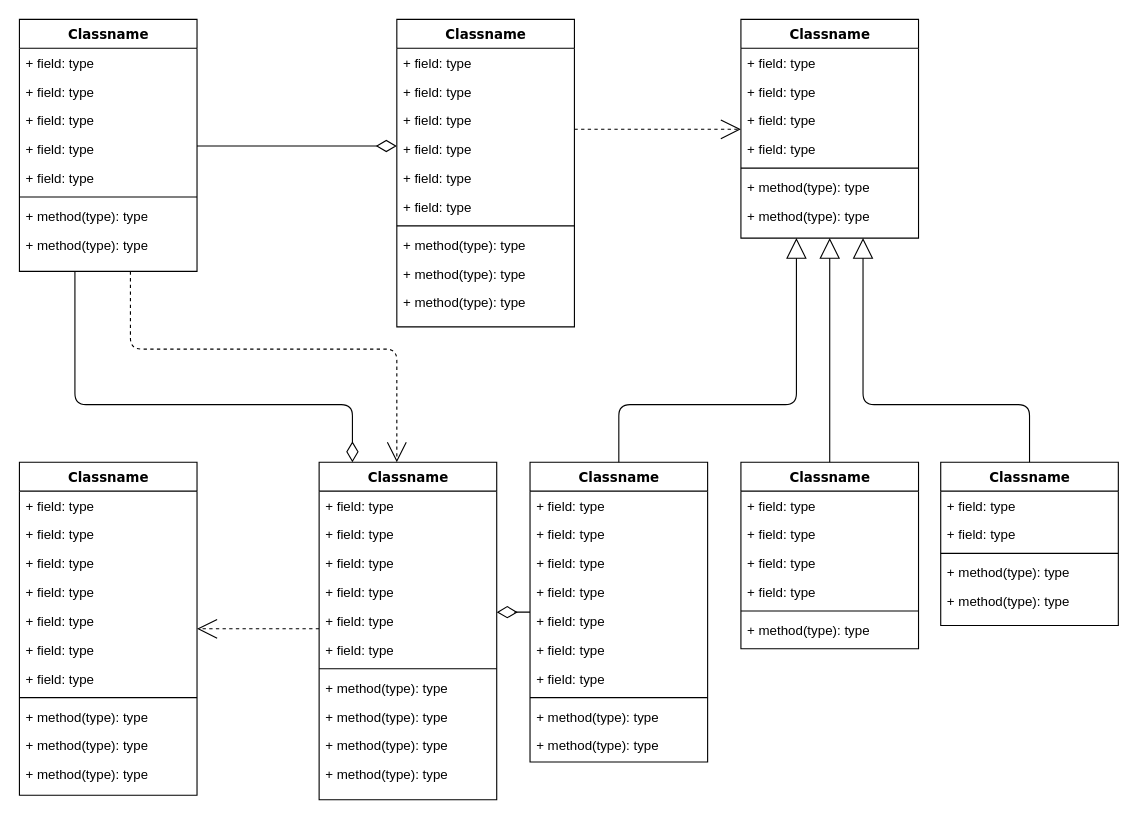
Earlier version of the draw.io diagram Hotel California.drawio (DemskyiDm/Horyzont). Source tidied: cells renumbered, new cells numbered last; positions are measured from the earlier drawing's top-left corner, leaving out a move shared by most shapes. Both pictures are drawn from the tidied source at 111%, with x=0, y=0 at pixel (19, 19).
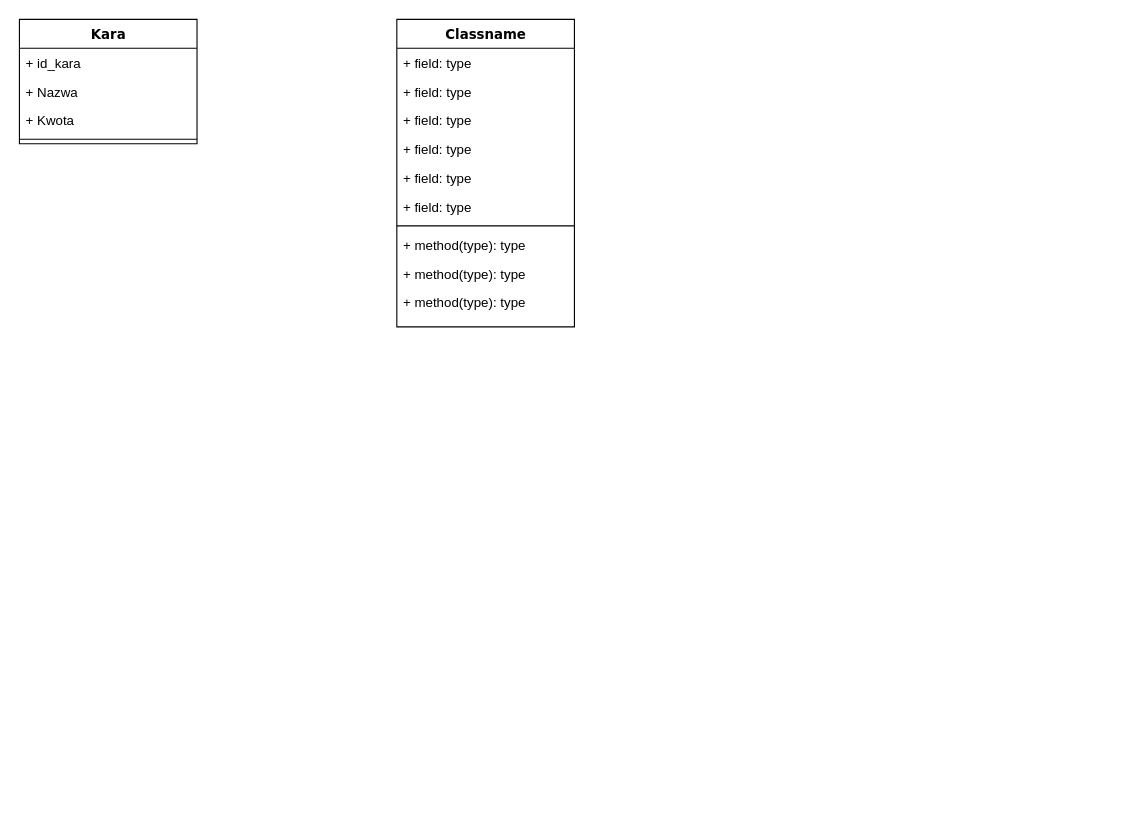
Above is the later version.

The change refers to these unchanged cells:
```xml
<mxCell id="14" value="Classname" style="swimlane;html=1;fontStyle=1;align=center;verticalAlign=top;horizontal=1;startSize=26;swimlaneFillColor=#ffffff;rounded=0;shadow=0;comic=0;labelBackgroundColor=none;strokeWidth=1;fillColor=none;fontFamily=Verdana;fontSize=12;" parent="1" vertex="1">
  <mxGeometry x="340" width="160" height="277" as="geometry" />
</mxCell>
```

What changed in the source:
```diff
@@
-    <mxCell id="2" style="edgeStyle=orthogonalEdgeStyle;html=1;labelBackgroundColor=none;startFill=0;startSize=8;endArrow=open;endFill=0;endSize=16;fontFamily=Verdana;fontSize=12;dashed=1;" parent="1" edge="1" source="4" target="47">
-      <mxGeometry relative="1" as="geometry">
-        <Array as="points">
-          <mxPoint x="100" y="297" />
-          <mxPoint x="340" y="297" />
-        </Array>
-      </mxGeometry>
-    </mxCell>
-    <mxCell id="3" style="edgeStyle=orthogonalEdgeStyle;html=1;labelBackgroundColor=none;startFill=0;startSize=8;endArrow=diamondThin;endFill=0;endSize=16;fontFamily=Verdana;fontSize=12;" parent="1" edge="1" source="4" target="47">
-      <mxGeometry relative="1" as="geometry">
-        <Array as="points">
-          <mxPoint x="50" y="347" />
-          <mxPoint x="300" y="347" />
-        </Array>
-      </mxGeometry>
-    </mxCell>
-    <mxCell id="4" value="Classname" style="swimlane;html=1;fontStyle=1;align=center;verticalAlign=top;horizontal=1;startSize=26;swimlaneFillColor=#ffffff;rounded=0;shadow=0;comic=0;labelBackgroundColor=none;strokeWidth=1;fillColor=none;fontFamily=Verdana;fontSize=12;" parent="1" vertex="1">
-      <mxGeometry width="160" height="227" as="geometry" />
+    <mxCell id="4" value="Kara" style="swimlane;html=1;fontStyle=1;align=center;verticalAlign=top;horizontal=1;startSize=26;swimlaneFillColor=#ffffff;rounded=0;shadow=0;comic=0;labelBackgroundColor=none;strokeWidth=1;fillColor=none;fontFamily=Verdana;fontSize=12;" parent="1" vertex="1">
+      <mxGeometry width="160" height="112" as="geometry" />
     </mxCell>
-    <mxCell id="5" value="+ field: type" style="text;html=1;strokeColor=none;fillColor=none;align=left;verticalAlign=top;spacingLeft=4;spacingRight=4;whiteSpace=wrap;overflow=hidden;" parent="4" vertex="1">
+    <mxCell id="5" value="+ id_kara" style="text;html=1;strokeColor=none;fillColor=none;align=left;verticalAlign=top;spacingLeft=4;spacingRight=4;whiteSpace=wrap;overflow=hidden;" parent="4" vertex="1">
       <mxGeometry y="26" width="160" height="26" as="geometry" />
     </mxCell>
-    <mxCell id="6" value="+ field: type" style="text;html=1;strokeColor=none;fillColor=none;align=left;verticalAlign=top;spacingLeft=4;spacingRight=4;whiteSpace=wrap;overflow=hidden;" parent="4" vertex="1">
+    <mxCell id="6" value="+ Nazwa" style="text;html=1;strokeColor=none;fillColor=none;align=left;verticalAlign=top;spacingLeft=4;spacingRight=4;whiteSpace=wrap;overflow=hidden;" parent="4" vertex="1">
       <mxGeometry y="52" width="160" height="26" as="geometry" />
     </mxCell>
-    <mxCell id="7" value="+ field: type" style="text;html=1;strokeColor=none;fillColor=none;align=left;verticalAlign=top;spacingLeft=4;spacingRight=4;whiteSpace=wrap;overflow=hidden;" parent="4" vertex="1">
+    <mxCell id="7" value="+ Kwota" style="text;html=1;strokeColor=none;fillColor=none;align=left;verticalAlign=top;spacingLeft=4;spacingRight=4;whiteSpace=wrap;overflow=hidden;" parent="4" vertex="1">
       <mxGeometry y="78" width="160" height="26" as="geometry" />
     </mxCell>
-    <mxCell id="8" value="+ field: type" style="text;html=1;strokeColor=none;fillColor=none;align=left;verticalAlign=top;spacingLeft=4;spacingRight=4;whiteSpace=wrap;overflow=hidden;" parent="4" vertex="1">
-      <mxGeometry y="104" width="160" height="26" as="geometry" />
-    </mxCell>
-    <mxCell id="9" value="+ field: type" style="text;html=1;strokeColor=none;fillColor=none;align=left;verticalAlign=top;spacingLeft=4;spacingRight=4;whiteSpace=wrap;overflow=hidden;" parent="4" vertex="1">
-      <mxGeometry y="130" width="160" height="26" as="geometry" />
-    </mxCell>
     <mxCell id="10" style="line;html=1;strokeWidth=1;fillColor=none;align=left;verticalAlign=middle;spacingTop=-1;spacingLeft=3;spacingRight=3;labelPosition=right;" parent="4" vertex="1">
-      <mxGeometry y="156" width="160" height="8" as="geometry" />
+      <mxGeometry y="104" width="160" height="8" as="geometry" />
     </mxCell>
-    <mxCell id="11" value="+ method(type): type" style="text;html=1;strokeColor=none;fillColor=none;align=left;verticalAlign=top;spacingLeft=4;spacingRight=4;whiteSpace=wrap;overflow=hidden;" parent="4" vertex="1">
-      <mxGeometry y="164" width="160" height="26" as="geometry" />
-    </mxCell>
-    <mxCell id="12" value="+ method(type): type" style="text;html=1;strokeColor=none;fillColor=none;align=left;verticalAlign=top;spacingLeft=4;spacingRight=4;whiteSpace=wrap;overflow=hidden;" parent="4" vertex="1">
-      <mxGeometry y="190" width="160" height="26" as="geometry" />
-    </mxCell>
-    <mxCell id="13" style="edgeStyle=elbowEdgeStyle;html=1;labelBackgroundColor=none;startFill=0;startSize=8;endArrow=open;endFill=0;endSize=16;fontFamily=Verdana;fontSize=12;elbow=vertical;dashed=1;" parent="1" edge="1" source="14" target="25">
-      <mxGeometry relative="1" as="geometry" />
-    </mxCell>
@@
-    <mxCell id="25" value="Classname" style="swimlane;html=1;fontStyle=1;align=center;verticalAlign=top;horizontal=1;startSize=26;swimlaneFillColor=#ffffff;rounded=0;shadow=0;comic=0;labelBackgroundColor=none;strokeWidth=1;fillColor=none;fontFamily=Verdana;fontSize=12;" parent="1" vertex="1">
-      <mxGeometry x="650" width="160" height="197" as="geometry" />
-    </mxCell>
-    <mxCell id="26" value="+ field: type" style="text;html=1;strokeColor=none;fillColor=none;align=left;verticalAlign=top;spacingLeft=4;spacingRight=4;whiteSpace=wrap;overflow=hidden;" parent="25" vertex="1">
-      <mxGeometry y="26" width="160" height="26" as="geometry" />
-    </mxCell>
-    <mxCell id="27" value="+ field: type" style="text;html=1;strokeColor=none;fillColor=none;align=left;verticalAlign=top;spacingLeft=4;spacingRight=4;whiteSpace=wrap;overflow=hidden;" parent="25" vertex="1">
-      <mxGeometry y="52" width="160" height="26" as="geometry" />
-    </mxCell>
-    <mxCell id="28" value="+ field: type" style="text;html=1;strokeColor=none;fillColor=none;align=left;verticalAlign=top;spacingLeft=4;spacingRight=4;whiteSpace=wrap;overflow=hidden;" parent="25" vertex="1">
-      <mxGeometry y="78" width="160" height="26" as="geometry" />
-    </mxCell>
-    <mxCell id="29" value="+ field: type" style="text;html=1;strokeColor=none;fillColor=none;align=left;verticalAlign=top;spacingLeft=4;spacingRight=4;whiteSpace=wrap;overflow=hidden;" parent="25" vertex="1">
-      <mxGeometry y="104" width="160" height="26" as="geometry" />
-    </mxCell>
-    <mxCell id="30" style="line;html=1;strokeWidth=1;fillColor=none;align=left;verticalAlign=middle;spacingTop=-1;spacingLeft=3;spacingRight=3;labelPosition=right;" parent="25" vertex="1">
-      <mxGeometry y="130" width="160" height="8" as="geometry" />
-    </mxCell>
-    <mxCell id="31" value="+ method(type): type" style="text;html=1;strokeColor=none;fillColor=none;align=left;verticalAlign=top;spacingLeft=4;spacingRight=4;whiteSpace=wrap;overflow=hidden;" parent="25" vertex="1">
-      <mxGeometry y="138" width="160" height="26" as="geometry" />
-    </mxCell>
-    <mxCell id="32" value="+ method(type): type" style="text;html=1;strokeColor=none;fillColor=none;align=left;verticalAlign=top;spacingLeft=4;spacingRight=4;whiteSpace=wrap;overflow=hidden;" parent="25" vertex="1">
-      <mxGeometry y="164" width="160" height="26" as="geometry" />
-    </mxCell>
-    <mxCell id="33" style="edgeStyle=elbowEdgeStyle;html=1;labelBackgroundColor=none;startFill=0;startSize=8;endArrow=open;endFill=0;endSize=16;fontFamily=Verdana;fontSize=12;elbow=vertical;dashed=1;" parent="1" edge="1" source="47" target="34">
-      <mxGeometry relative="1" as="geometry" />
-    </mxCell>
-    <mxCell id="34" value="Classname" style="swimlane;html=1;fontStyle=1;align=center;verticalAlign=top;horizontal=1;startSize=26;swimlaneFillColor=#ffffff;rounded=0;shadow=0;comic=0;labelBackgroundColor=none;strokeWidth=1;fillColor=none;fontFamily=Verdana;fontSize=12;" parent="1" vertex="1">
-      <mxGeometry y="399" width="160" height="300" as="geometry" />
-    </mxCell>
-    <mxCell id="35" value="+ field: type" style="text;html=1;strokeColor=none;fillColor=none;align=left;verticalAlign=top;spacingLeft=4;spacingRight=4;whiteSpace=wrap;overflow=hidden;" parent="34" vertex="1">
-      <mxGeometry y="26" width="160" height="26" as="geometry" />
-    </mxCell>
-    <mxCell id="36" value="+ field: type" style="text;html=1;strokeColor=none;fillColor=none;align=left;verticalAlign=top;spacingLeft=4;spacingRight=4;whiteSpace=wrap;overflow=hidden;" parent="34" vertex="1">
-      <mxGeometry y="52" width="160" height="26" as="geometry" />
-    </mxCell>
-    <mxCell id="37" value="+ field: type" style="text;html=1;strokeColor=none;fillColor=none;align=left;verticalAlign=top;spacingLeft=4;spacingRight=4;whiteSpace=wrap;overflow=hidden;" parent="34" vertex="1">
-      <mxGeometry y="78" width="160" height="26" as="geometry" />
-    </mxCell>
-    <mxCell id="38" value="+ field: type" style="text;html=1;strokeColor=none;fillColor=none;align=left;verticalAlign=top;spacingLeft=4;spacingRight=4;whiteSpace=wrap;overflow=hidden;" parent="34" vertex="1">
-      <mxGeometry y="104" width="160" height="26" as="geometry" />
-    </mxCell>
-    <mxCell id="39" value="+ field: type" style="text;html=1;strokeColor=none;fillColor=none;align=left;verticalAlign=top;spacingLeft=4;spacingRight=4;whiteSpace=wrap;overflow=hidden;" parent="34" vertex="1">
-      <mxGeometry y="130" width="160" height="26" as="geometry" />
-    </mxCell>
-    <mxCell id="40" value="+ field: type" style="text;html=1;strokeColor=none;fillColor=none;align=left;verticalAlign=top;spacingLeft=4;spacingRight=4;whiteSpace=wrap;overflow=hidden;" parent="34" vertex="1">
-      <mxGeometry y="156" width="160" height="26" as="geometry" />
-    </mxCell>
-    <mxCell id="41" value="+ field: type" style="text;html=1;strokeColor=none;fillColor=none;align=left;verticalAlign=top;spacingLeft=4;spacingRight=4;whiteSpace=wrap;overflow=hidden;" parent="34" vertex="1">
-      <mxGeometry y="182" width="160" height="26" as="geometry" />
-    </mxCell>
-    <mxCell id="42" style="line;html=1;strokeWidth=1;fillColor=none;align=left;verticalAlign=middle;spacingTop=-1;spacingLeft=3;spacingRight=3;labelPosition=right;" parent="34" vertex="1">
-      <mxGeometry y="208" width="160" height="8" as="geometry" />
-    </mxCell>
-    <mxCell id="43" value="+ method(type): type" style="text;html=1;strokeColor=none;fillColor=none;align=left;verticalAlign=top;spacingLeft=4;spacingRight=4;whiteSpace=wrap;overflow=hidden;" parent="34" vertex="1">
-      <mxGeometry y="216" width="160" height="26" as="geometry" />
-    </mxCell>
-    <mxCell id="44" value="+ method(type): type" style="text;html=1;strokeColor=none;fillColor=none;align=left;verticalAlign=top;spacingLeft=4;spacingRight=4;whiteSpace=wrap;overflow=hidden;" parent="34" vertex="1">
-      <mxGeometry y="242" width="160" height="26" as="geometry" />
-    </mxCell>
-    <mxCell id="45" value="+ method(type): type" style="text;html=1;strokeColor=none;fillColor=none;align=left;verticalAlign=top;spacingLeft=4;spacingRight=4;whiteSpace=wrap;overflow=hidden;" parent="34" vertex="1">
-      <mxGeometry y="268" width="160" height="26" as="geometry" />
-    </mxCell>
-    <mxCell id="46" style="edgeStyle=elbowEdgeStyle;html=1;labelBackgroundColor=none;startFill=0;startSize=8;endArrow=diamondThin;endFill=0;endSize=16;fontFamily=Verdana;fontSize=12;elbow=vertical;" parent="1" edge="1" source="60" target="47">
-      <mxGeometry relative="1" as="geometry" />
-    </mxCell>
-    <mxCell id="47" value="Classname" style="swimlane;html=1;fontStyle=1;align=center;verticalAlign=top;horizontal=1;startSize=26;swimlaneFillColor=#ffffff;rounded=0;shadow=0;comic=0;labelBackgroundColor=none;strokeWidth=1;fillColor=none;fontFamily=Verdana;fontSize=12;" parent="1" vertex="1">
-      <mxGeometry x="270" y="399" width="160" height="304" as="geometry" />
-    </mxCell>
-    <mxCell id="48" value="+ field: type" style="text;html=1;strokeColor=none;fillColor=none;align=left;verticalAlign=top;spacingLeft=4;spacingRight=4;whiteSpace=wrap;overflow=hidden;" parent="47" vertex="1">
-      <mxGeometry y="26" width="160" height="26" as="geometry" />
-    </mxCell>
-    <mxCell id="49" value="+ field: type" style="text;html=1;strokeColor=none;fillColor=none;align=left;verticalAlign=top;spacingLeft=4;spacingRight=4;whiteSpace=wrap;overflow=hidden;" parent="47" vertex="1">
-      <mxGeometry y="52" width="160" height="26" as="geometry" />
-    </mxCell>
-    <mxCell id="50" value="+ field: type" style="text;html=1;strokeColor=none;fillColor=none;align=left;verticalAlign=top;spacingLeft=4;spacingRight=4;whiteSpace=wrap;overflow=hidden;" parent="47" vertex="1">
-      <mxGeometry y="78" width="160" height="26" as="geometry" />
-    </mxCell>
-    <mxCell id="51" value="+ field: type" style="text;html=1;strokeColor=none;fillColor=none;align=left;verticalAlign=top;spacingLeft=4;spacingRight=4;whiteSpace=wrap;overflow=hidden;" parent="47" vertex="1">
-      <mxGeometry y="104" width="160" height="26" as="geometry" />
-    </mxCell>
-    <mxCell id="52" value="+ field: type" style="text;html=1;strokeColor=none;fillColor=none;align=left;verticalAlign=top;spacingLeft=4;spacingRight=4;whiteSpace=wrap;overflow=hidden;" parent="47" vertex="1">
-      <mxGeometry y="130" width="160" height="26" as="geometry" />
-    </mxCell>
-    <mxCell id="53" value="+ field: type" style="text;html=1;strokeColor=none;fillColor=none;align=left;verticalAlign=top;spacingLeft=4;spacingRight=4;whiteSpace=wrap;overflow=hidden;" parent="47" vertex="1">
-      <mxGeometry y="156" width="160" height="26" as="geometry" />
-    </mxCell>
-    <mxCell id="54" style="line;html=1;strokeWidth=1;fillColor=none;align=left;verticalAlign=middle;spacingTop=-1;spacingLeft=3;spacingRight=3;labelPosition=right;" parent="47" vertex="1">
-      <mxGeometry y="182" width="160" height="8" as="geometry" />
-    </mxCell>
-    <mxCell id="55" value="+ method(type): type" style="text;html=1;strokeColor=none;fillColor=none;align=left;verticalAlign=top;spacingLeft=4;spacingRight=4;whiteSpace=wrap;overflow=hidden;" parent="47" vertex="1">
-      <mxGeometry y="190" width="160" height="26" as="geometry" />
-    </mxCell>
-    <mxCell id="56" value="+ method(type): type" style="text;html=1;strokeColor=none;fillColor=none;align=left;verticalAlign=top;spacingLeft=4;spacingRight=4;whiteSpace=wrap;overflow=hidden;" parent="47" vertex="1">
-      <mxGeometry y="216" width="160" height="26" as="geometry" />
-    </mxCell>
-    <mxCell id="57" value="+ method(type): type" style="text;html=1;strokeColor=none;fillColor=none;align=left;verticalAlign=top;spacingLeft=4;spacingRight=4;whiteSpace=wrap;overflow=hidden;" parent="47" vertex="1">
-      <mxGeometry y="242" width="160" height="26" as="geometry" />
-    </mxCell>
-    <mxCell id="58" value="+ method(type): type" style="text;html=1;strokeColor=none;fillColor=none;align=left;verticalAlign=top;spacingLeft=4;spacingRight=4;whiteSpace=wrap;overflow=hidden;" parent="47" vertex="1">
-      <mxGeometry y="268" width="160" height="26" as="geometry" />
-    </mxCell>
-    <mxCell id="59" style="edgeStyle=orthogonalEdgeStyle;html=1;labelBackgroundColor=none;startFill=0;startSize=8;endArrow=block;endFill=0;endSize=16;fontFamily=Verdana;fontSize=12;" parent="1" edge="1" source="60" target="25">
-      <mxGeometry relative="1" as="geometry">
-        <Array as="points">
-          <mxPoint x="540" y="347" />
-          <mxPoint x="700" y="347" />
-        </Array>
-      </mxGeometry>
-    </mxCell>
-    <mxCell id="60" value="Classname" style="swimlane;html=1;fontStyle=1;align=center;verticalAlign=top;horizontal=1;startSize=26;swimlaneFillColor=#ffffff;rounded=0;shadow=0;comic=0;labelBackgroundColor=none;strokeWidth=1;fillColor=none;fontFamily=Verdana;fontSize=12;" parent="1" vertex="1">
-      <mxGeometry x="460" y="399" width="160" height="270" as="geometry" />
-    </mxCell>
-    <mxCell id="61" value="+ field: type" style="text;html=1;strokeColor=none;fillColor=none;align=left;verticalAlign=top;spacingLeft=4;spacingRight=4;whiteSpace=wrap;overflow=hidden;" parent="60" vertex="1">
-      <mxGeometry y="26" width="160" height="26" as="geometry" />
-    </mxCell>
-    <mxCell id="62" value="+ field: type" style="text;html=1;strokeColor=none;fillColor=none;align=left;verticalAlign=top;spacingLeft=4;spacingRight=4;whiteSpace=wrap;overflow=hidden;" parent="60" vertex="1">
-      <mxGeometry y="52" width="160" height="26" as="geometry" />
-    </mxCell>
-    <mxCell id="63" value="+ field: type" style="text;html=1;strokeColor=none;fillColor=none;align=left;verticalAlign=top;spacingLeft=4;spacingRight=4;whiteSpace=wrap;overflow=hidden;" parent="60" vertex="1">
-      <mxGeometry y="78" width="160" height="26" as="geometry" />
-    </mxCell>
-    <mxCell id="64" value="+ field: type" style="text;html=1;strokeColor=none;fillColor=none;align=left;verticalAlign=top;spacingLeft=4;spacingRight=4;whiteSpace=wrap;overflow=hidden;" parent="60" vertex="1">
-      <mxGeometry y="104" width="160" height="26" as="geometry" />
-    </mxCell>
-    <mxCell id="65" value="+ field: type" style="text;html=1;strokeColor=none;fillColor=none;align=left;verticalAlign=top;spacingLeft=4;spacingRight=4;whiteSpace=wrap;overflow=hidden;" parent="60" vertex="1">
-      <mxGeometry y="130" width="160" height="26" as="geometry" />
-    </mxCell>
-    <mxCell id="66" value="+ field: type" style="text;html=1;strokeColor=none;fillColor=none;align=left;verticalAlign=top;spacingLeft=4;spacingRight=4;whiteSpace=wrap;overflow=hidden;" parent="60" vertex="1">
-      <mxGeometry y="156" width="160" height="26" as="geometry" />
-    </mxCell>
-    <mxCell id="67" value="+ field: type" style="text;html=1;strokeColor=none;fillColor=none;align=left;verticalAlign=top;spacingLeft=4;spacingRight=4;whiteSpace=wrap;overflow=hidden;" parent="60" vertex="1">
-      <mxGeometry y="182" width="160" height="26" as="geometry" />
-    </mxCell>
-    <mxCell id="68" style="line;html=1;strokeWidth=1;fillColor=none;align=left;verticalAlign=middle;spacingTop=-1;spacingLeft=3;spacingRight=3;labelPosition=right;" parent="60" vertex="1">
-      <mxGeometry y="208" width="160" height="8" as="geometry" />
-    </mxCell>
-    <mxCell id="69" value="+ method(type): type" style="text;html=1;strokeColor=none;fillColor=none;align=left;verticalAlign=top;spacingLeft=4;spacingRight=4;whiteSpace=wrap;overflow=hidden;" parent="60" vertex="1">
-      <mxGeometry y="216" width="160" height="26" as="geometry" />
-    </mxCell>
-    <mxCell id="70" value="+ method(type): type" style="text;html=1;strokeColor=none;fillColor=none;align=left;verticalAlign=top;spacingLeft=4;spacingRight=4;whiteSpace=wrap;overflow=hidden;" parent="60" vertex="1">
-      <mxGeometry y="242" width="160" height="26" as="geometry" />
-    </mxCell>
-    <mxCell id="71" style="edgeStyle=orthogonalEdgeStyle;html=1;labelBackgroundColor=none;startFill=0;startSize=8;endArrow=block;endFill=0;endSize=16;fontFamily=Verdana;fontSize=12;" parent="1" edge="1" source="72" target="25">
-      <mxGeometry relative="1" as="geometry" />
-    </mxCell>
-    <mxCell id="72" value="Classname" style="swimlane;html=1;fontStyle=1;align=center;verticalAlign=top;horizontal=1;startSize=26;swimlaneFillColor=#ffffff;rounded=0;shadow=0;comic=0;labelBackgroundColor=none;strokeWidth=1;fillColor=none;fontFamily=Verdana;fontSize=12;" parent="1" vertex="1">
-      <mxGeometry x="650" y="399" width="160" height="168" as="geometry" />
-    </mxCell>
-    <mxCell id="73" value="+ field: type" style="text;html=1;strokeColor=none;fillColor=none;align=left;verticalAlign=top;spacingLeft=4;spacingRight=4;whiteSpace=wrap;overflow=hidden;" parent="72" vertex="1">
-      <mxGeometry y="26" width="160" height="26" as="geometry" />
-    </mxCell>
-    <mxCell id="74" value="+ field: type" style="text;html=1;strokeColor=none;fillColor=none;align=left;verticalAlign=top;spacingLeft=4;spacingRight=4;whiteSpace=wrap;overflow=hidden;" parent="72" vertex="1">
-      <mxGeometry y="52" width="160" height="26" as="geometry" />
-    </mxCell>
-    <mxCell id="75" value="+ field: type" style="text;html=1;strokeColor=none;fillColor=none;align=left;verticalAlign=top;spacingLeft=4;spacingRight=4;whiteSpace=wrap;overflow=hidden;" parent="72" vertex="1">
-      <mxGeometry y="78" width="160" height="26" as="geometry" />
-    </mxCell>
-    <mxCell id="76" value="+ field: type" style="text;html=1;strokeColor=none;fillColor=none;align=left;verticalAlign=top;spacingLeft=4;spacingRight=4;whiteSpace=wrap;overflow=hidden;" parent="72" vertex="1">
-      <mxGeometry y="104" width="160" height="26" as="geometry" />
-    </mxCell>
-    <mxCell id="77" style="line;html=1;strokeWidth=1;fillColor=none;align=left;verticalAlign=middle;spacingTop=-1;spacingLeft=3;spacingRight=3;labelPosition=right;" parent="72" vertex="1">
-      <mxGeometry y="130" width="160" height="8" as="geometry" />
-    </mxCell>
-    <mxCell id="78" value="+ method(type): type" style="text;html=1;strokeColor=none;fillColor=none;align=left;verticalAlign=top;spacingLeft=4;spacingRight=4;whiteSpace=wrap;overflow=hidden;" parent="72" vertex="1">
-      <mxGeometry y="138" width="160" height="26" as="geometry" />
-    </mxCell>
-    <mxCell id="79" style="edgeStyle=orthogonalEdgeStyle;html=1;labelBackgroundColor=none;startFill=0;startSize=8;endArrow=block;endFill=0;endSize=16;fontFamily=Verdana;fontSize=12;" parent="1" edge="1" source="80" target="25">
-      <mxGeometry relative="1" as="geometry">
-        <Array as="points">
-          <mxPoint x="910" y="347" />
-          <mxPoint x="760" y="347" />
-        </Array>
-      </mxGeometry>
-    </mxCell>
-    <mxCell id="80" value="Classname" style="swimlane;html=1;fontStyle=1;align=center;verticalAlign=top;horizontal=1;startSize=26;swimlaneFillColor=#ffffff;rounded=0;shadow=0;comic=0;labelBackgroundColor=none;strokeWidth=1;fillColor=none;fontFamily=Verdana;fontSize=12;" parent="1" vertex="1">
-      <mxGeometry x="830" y="399" width="160" height="147" as="geometry" />
-    </mxCell>
-    <mxCell id="81" value="+ field: type" style="text;html=1;strokeColor=none;fillColor=none;align=left;verticalAlign=top;spacingLeft=4;spacingRight=4;whiteSpace=wrap;overflow=hidden;" parent="80" vertex="1">
-      <mxGeometry y="26" width="160" height="26" as="geometry" />
-    </mxCell>
-    <mxCell id="82" value="+ field: type" style="text;html=1;strokeColor=none;fillColor=none;align=left;verticalAlign=top;spacingLeft=4;spacingRight=4;whiteSpace=wrap;overflow=hidden;" parent="80" vertex="1">
-      <mxGeometry y="52" width="160" height="26" as="geometry" />
-    </mxCell>
-    <mxCell id="83" style="line;html=1;strokeWidth=1;fillColor=none;align=left;verticalAlign=middle;spacingTop=-1;spacingLeft=3;spacingRight=3;labelPosition=right;" parent="80" vertex="1">
-      <mxGeometry y="78" width="160" height="8" as="geometry" />
-    </mxCell>
-    <mxCell id="84" value="+ method(type): type" style="text;html=1;strokeColor=none;fillColor=none;align=left;verticalAlign=top;spacingLeft=4;spacingRight=4;whiteSpace=wrap;overflow=hidden;" parent="80" vertex="1">
-      <mxGeometry y="86" width="160" height="26" as="geometry" />
-    </mxCell>
-    <mxCell id="85" value="+ method(type): type" style="text;html=1;strokeColor=none;fillColor=none;align=left;verticalAlign=top;spacingLeft=4;spacingRight=4;whiteSpace=wrap;overflow=hidden;" parent="80" vertex="1">
-      <mxGeometry y="112" width="160" height="26" as="geometry" />
-    </mxCell>
-    <mxCell id="86" style="edgeStyle=elbowEdgeStyle;html=1;labelBackgroundColor=none;startFill=0;startSize=8;endArrow=diamondThin;endFill=0;endSize=16;fontFamily=Verdana;fontSize=12;elbow=vertical;" parent="1" edge="1" source="4" target="14">
-      <mxGeometry relative="1" as="geometry" />
-    </mxCell>
```
